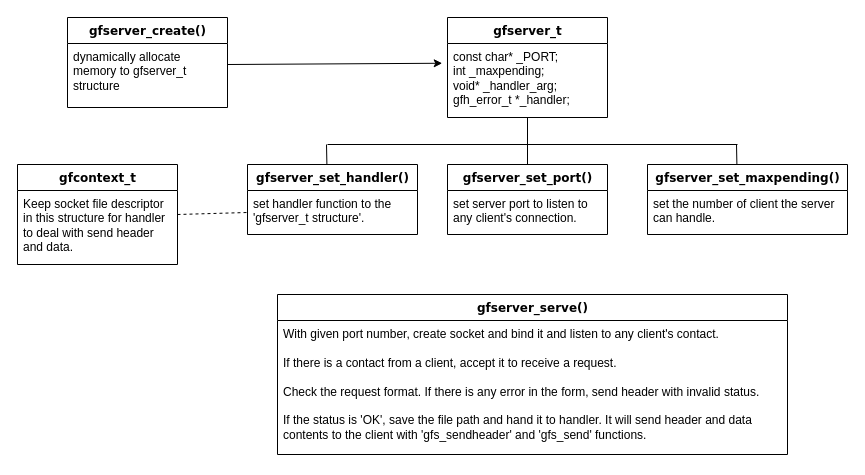
Earlier version of the draw.io diagram Untitled Diagram2.drawio (kimilg/drawings). Source tidied: cells renumbered, new cells numbered last; positions are measured from the earlier drawing's top-left corner, leaving out a move shared by most shapes. Both pictures are drawn from the tidied source at 100%, with x=0, y=0 at pixel (17, 17).
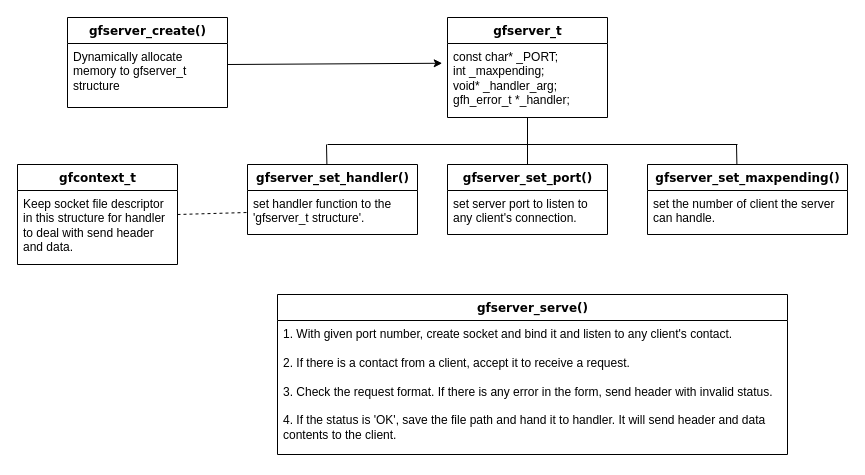
The same page after the edit.

Unchanged cells that the change refers to:
```xml
<mxCell id="2" value="gfserver_create()" style="swimlane;html=1;fontStyle=1;align=center;verticalAlign=top;horizontal=1;startSize=26;swimlaneFillColor=#ffffff;rounded=0;shadow=0;comic=0;labelBackgroundColor=none;strokeWidth=1;fillColor=none;fontFamily=Verdana;fontSize=12;" parent="1" vertex="1">
  <mxGeometry x="50" width="160" height="90" as="geometry" />
</mxCell>
<mxCell id="16" value="gfserver_serve()" style="swimlane;html=1;fontStyle=1;align=center;verticalAlign=top;horizontal=1;startSize=26;swimlaneFillColor=#ffffff;rounded=0;shadow=0;comic=0;labelBackgroundColor=none;strokeWidth=1;fillColor=none;fontFamily=Verdana;fontSize=12;" parent="1" vertex="1">
  <mxGeometry x="260" y="277" width="510" height="160" as="geometry" />
</mxCell>
```

The edit, as a diff of the source:
```diff
@@
-    <mxCell id="3" value="dynamically allocate memory to gfserver_t structure&amp;nbsp;" style="text;html=1;strokeColor=none;fillColor=none;align=left;verticalAlign=top;spacingLeft=4;spacingRight=4;whiteSpace=wrap;overflow=hidden;" parent="2" vertex="1">
+    <mxCell id="3" value="Dynamically allocate memory to gfserver_t structure&amp;nbsp;" style="text;html=1;strokeColor=none;fillColor=none;align=left;verticalAlign=top;spacingLeft=4;spacingRight=4;whiteSpace=wrap;overflow=hidden;" parent="2" vertex="1">
       <mxGeometry y="26" width="160" height="64" as="geometry" />
     </mxCell>
@@
-    <mxCell id="17" value="With given port number, create socket and bind it and listen to any client's contact.&lt;br&gt;&lt;br&gt;If there is a contact from a client, accept it to receive a request.&amp;nbsp;&lt;br&gt;&lt;br&gt;Check the request format. If there is any error in the form, send header with invalid status.&lt;br&gt;&lt;br&gt;If the status is 'OK', save the file path and hand it to handler. It will send header and data contents to the client with 'gfs_sendheader' and 'gfs_send' functions." style="text;html=1;strokeColor=none;fillColor=none;align=left;verticalAlign=top;spacingLeft=4;spacingRight=4;whiteSpace=wrap;overflow=hidden;" parent="16" vertex="1">
+    <mxCell id="17" value="1. With given port number, create socket and bind it and listen to any client's contact.&lt;br&gt;&lt;br&gt;2. If there is a contact from a client, accept it to receive a request.&amp;nbsp;&lt;br&gt;&lt;br&gt;3. Check the request format. If there is any error in the form, send header with invalid status.&lt;br&gt;&lt;br&gt;4. If the status is 'OK', save the file path and hand it to handler. It will send header and data contents to the client." style="text;html=1;strokeColor=none;fillColor=none;align=left;verticalAlign=top;spacingLeft=4;spacingRight=4;whiteSpace=wrap;overflow=hidden;" parent="16" vertex="1">
       <mxGeometry y="26" width="510" height="134" as="geometry" />
     </mxCell>
```
